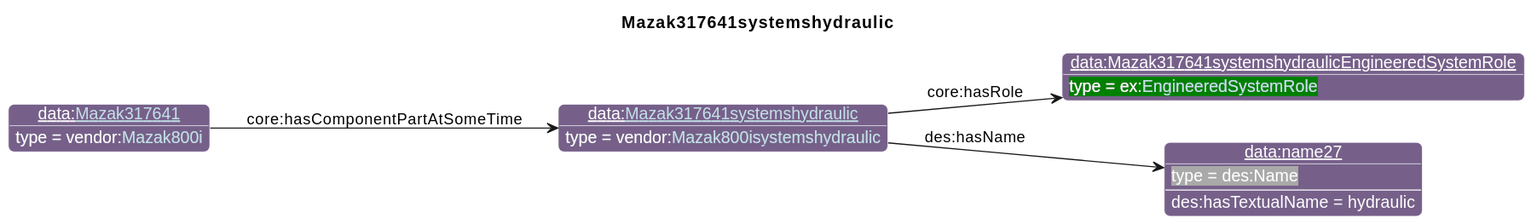
The PlantUML diagram diagrams/Mazak317641systemshydraulic.svg in iofoundry/example-syseng-mtconnect, before a commit.
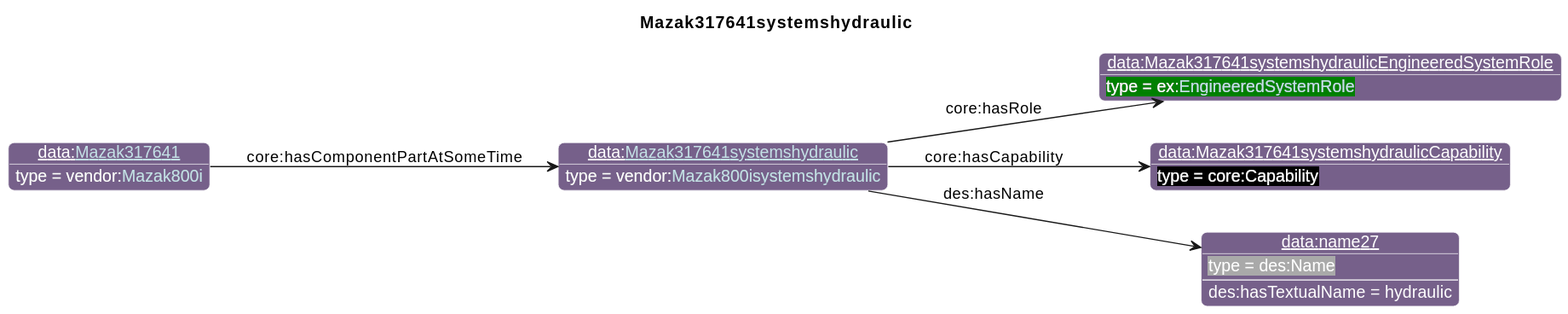
After the change.

The edit, as a diff of the source:
```diff
@@ -27,10 +27,12 @@
       }
 individual(o0, data:[[./Mazak317641systemshydraulic.html Mazak317641systemshydraulic]], vendor:[[../Mazak.html#Mazak800isystemshydraulic Mazak800isystemshydraulic]])
 individual(o1, data:Mazak317641systemshydraulicEngineeredSystemRole, ex:[[../Example.html#EngineeredSystemRole EngineeredSystemRole]])
-individual(o2, data:name27, des:Name)
-individual(o3, data:[[./Mazak317641.html Mazak317641]], vendor:[[../Mazak.html#Mazak800i Mazak800i]])
+individual(o2, data:Mazak317641systemshydraulicCapability, core:Capability)
+individual(o3, data:name27, des:Name)
+individual(o4, data:[[./Mazak317641.html Mazak317641]], vendor:[[../Mazak.html#Mazak800i Mazak800i]])
 property(o0, "core:hasRole", o1)
-property(o0, "des:hasName", o2)
-data(o2, "des:hasTextualName", "hydraulic")
-property(o3, "core:hasComponentPartAtSomeTime", o0)
+property(o0, "core:hasCapability", o2)
+property(o0, "des:hasName", o3)
+data(o3, "des:hasTextualName", "hydraulic")
+property(o4, "core:hasComponentPartAtSomeTime", o0)
 @enduml
```
